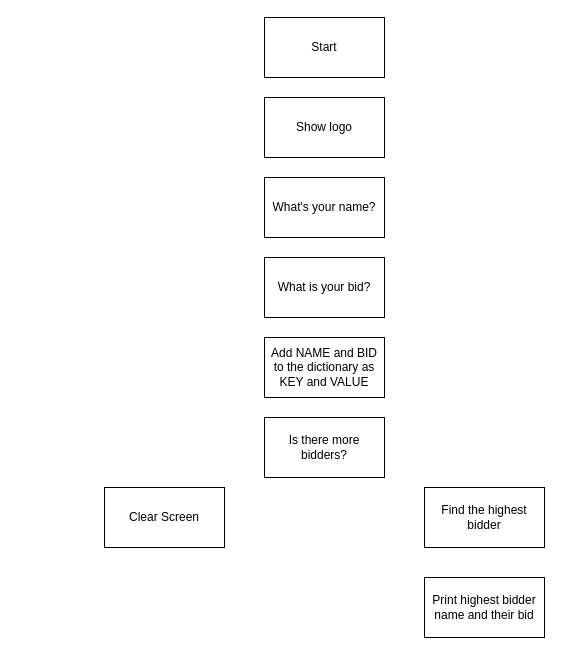
Before: day9_auction.drawio in GytenisBorusas/100DaysOfCode, a draw.io diagram. Source tidied: cells renumbered, new cells numbered last; positions are measured from the earlier drawing's top-left corner, leaving out a move shared by most shapes. Both pictures are drawn from the tidied source at 100%, with x=0, y=0 at pixel (104, 17).
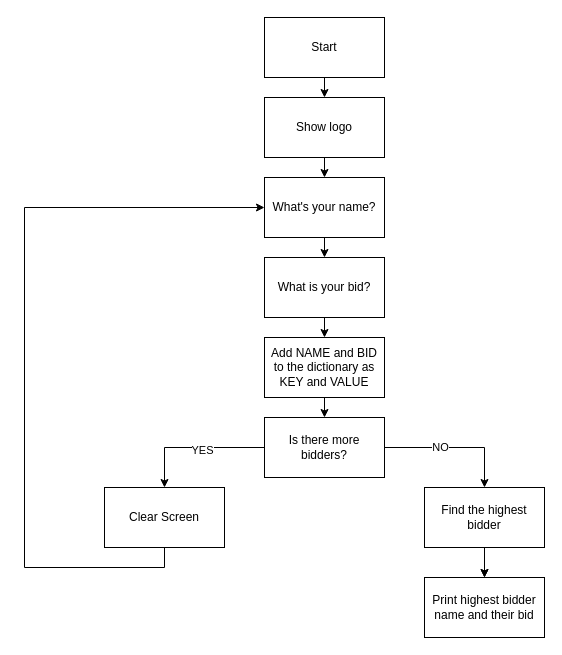
After the change.

Commit message:
Flow chart done

Unchanged cells that the change refers to:
```xml
<mxCell id="2" value="Start" style="rounded=0;whiteSpace=wrap;html=1;" parent="1" vertex="1">
  <mxGeometry x="160" width="120" height="60" as="geometry" />
</mxCell>
<mxCell id="3" value="Show logo" style="rounded=0;whiteSpace=wrap;html=1;" parent="1" vertex="1">
  <mxGeometry x="160" y="80" width="120" height="60" as="geometry" />
</mxCell>
<mxCell id="4" value="What's your name?" style="rounded=0;whiteSpace=wrap;html=1;" parent="1" vertex="1">
  <mxGeometry x="160" y="160" width="120" height="60" as="geometry" />
</mxCell>
<mxCell id="5" value="What is your bid?" style="rounded=0;whiteSpace=wrap;html=1;" parent="1" vertex="1">
  <mxGeometry x="160" y="240" width="120" height="60" as="geometry" />
</mxCell>
<mxCell id="6" value="Add NAME and BID to the dictionary as KEY and VALUE" style="rounded=0;whiteSpace=wrap;html=1;" parent="1" vertex="1">
  <mxGeometry x="160" y="320" width="120" height="60" as="geometry" />
</mxCell>
<mxCell id="7" value="Is there more bidders?" style="rounded=0;whiteSpace=wrap;html=1;" parent="1" vertex="1">
  <mxGeometry x="160" y="400" width="120" height="60" as="geometry" />
</mxCell>
<mxCell id="8" value="Clear Screen" style="rounded=0;whiteSpace=wrap;html=1;" parent="1" vertex="1">
  <mxGeometry y="470" width="120" height="60" as="geometry" />
</mxCell>
<mxCell id="9" value="Find the highest bidder" style="rounded=0;whiteSpace=wrap;html=1;" parent="1" vertex="1">
  <mxGeometry x="320" y="470" width="120" height="60" as="geometry" />
</mxCell>
<mxCell id="10" value="Print highest bidder name and their bid" style="rounded=0;whiteSpace=wrap;html=1;" parent="1" vertex="1">
  <mxGeometry x="320" y="560" width="120" height="60" as="geometry" />
</mxCell>
```

Change to the diagram source:
```diff
@@
+    <mxCell id="11" style="edgeStyle=orthogonalEdgeStyle;rounded=0;jettySize=auto;html=1;exitX=0.5;exitY=1;exitDx=0;exitDy=0;entryX=0.5;entryY=0;entryDx=0;entryDy=0;" parent="1" edge="1" source="2" target="3">
+      <mxGeometry relative="1" as="geometry" />
+    </mxCell>
@@
+    <mxCell id="12" style="edgeStyle=orthogonalEdgeStyle;rounded=0;jettySize=auto;html=1;exitX=0.5;exitY=1;exitDx=0;exitDy=0;entryX=0.5;entryY=0;entryDx=0;entryDy=0;" parent="1" edge="1" source="3" target="4">
+      <mxGeometry relative="1" as="geometry" />
+    </mxCell>
@@
+    <mxCell id="13" style="edgeStyle=orthogonalEdgeStyle;rounded=0;jettySize=auto;html=1;exitX=0.5;exitY=1;exitDx=0;exitDy=0;entryX=0.5;entryY=0;entryDx=0;entryDy=0;" parent="1" edge="1" source="4" target="5">
+      <mxGeometry relative="1" as="geometry" />
+    </mxCell>
@@
+    <mxCell id="14" style="edgeStyle=orthogonalEdgeStyle;rounded=0;jettySize=auto;html=1;exitX=0.5;exitY=1;exitDx=0;exitDy=0;entryX=0.5;entryY=0;entryDx=0;entryDy=0;" parent="1" edge="1" source="5" target="6">
+      <mxGeometry relative="1" as="geometry" />
+    </mxCell>
@@
+    <mxCell id="15" style="edgeStyle=orthogonalEdgeStyle;rounded=0;jettySize=auto;html=1;exitX=0.5;exitY=1;exitDx=0;exitDy=0;entryX=0.5;entryY=0;entryDx=0;entryDy=0;" parent="1" edge="1" source="6" target="7">
+      <mxGeometry relative="1" as="geometry" />
+    </mxCell>
@@
+    <mxCell id="16" style="edgeStyle=orthogonalEdgeStyle;rounded=0;jettySize=auto;html=1;exitX=0;exitY=0.5;exitDx=0;exitDy=0;entryX=0.5;entryY=0;entryDx=0;entryDy=0;" parent="1" edge="1" source="7" target="8">
+      <mxGeometry relative="1" as="geometry" />
+    </mxCell>
+    <mxCell id="17" value="YES" style="edgeLabel;html=1;align=center;verticalAlign=middle;" parent="16" vertex="1">
+      <mxGeometry x="-0.1" y="2" relative="1" as="geometry" />
+    </mxCell>
+    <mxCell id="18" style="edgeStyle=orthogonalEdgeStyle;rounded=0;jettySize=auto;html=1;exitX=1;exitY=0.5;exitDx=0;exitDy=0;entryX=0.5;entryY=0;entryDx=0;entryDy=0;" parent="1" edge="1" source="7" target="9">
+      <mxGeometry relative="1" as="geometry" />
+    </mxCell>
+    <mxCell id="19" value="NO" style="edgeLabel;html=1;align=center;verticalAlign=middle;" parent="18" vertex="1">
+      <mxGeometry x="-0.21" y="1" relative="1" as="geometry" />
+    </mxCell>
@@
+    <mxCell id="20" style="edgeStyle=orthogonalEdgeStyle;rounded=0;jettySize=auto;html=1;exitX=0.5;exitY=1;exitDx=0;exitDy=0;entryX=0;entryY=0.5;entryDx=0;entryDy=0;" parent="1" edge="1" source="8" target="4">
+      <mxGeometry relative="1" as="geometry">
+        <Array as="points">
+          <mxPoint x="60" y="550" />
+          <mxPoint x="-80" y="550" />
+          <mxPoint x="-80" y="190" />
+        </Array>
+      </mxGeometry>
+    </mxCell>
@@
+    <mxCell id="21" style="edgeStyle=orthogonalEdgeStyle;rounded=0;jettySize=auto;html=1;" parent="1" edge="1" source="9" target="10">
+      <mxGeometry relative="1" as="geometry" />
+    </mxCell>
+    <mxCell id="22" style="edgeStyle=orthogonalEdgeStyle;rounded=0;jettySize=auto;html=1;exitX=0.5;exitY=1;exitDx=0;exitDy=0;" parent="1" edge="1" source="9" target="10">
+      <mxGeometry relative="1" as="geometry" />
+    </mxCell>
```
